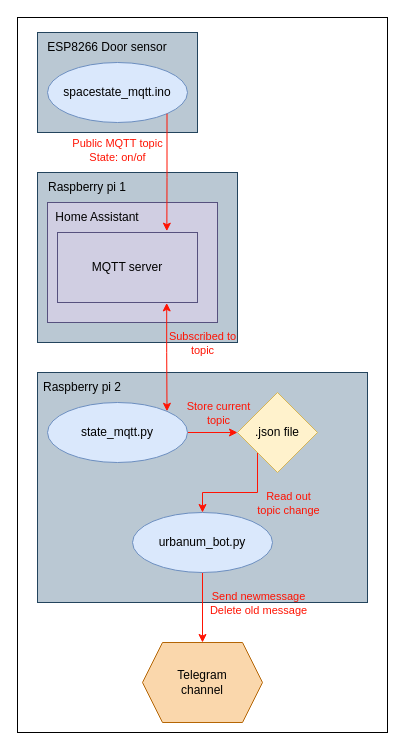
Above: 2023-10-13_Urbanum_Space-state_current.drawio in Urbanum-ry/space-state (draw.io), before the change. Source tidied: cells renumbered, new cells numbered last; positions are measured from the earlier drawing's top-left corner, leaving out a move shared by most shapes. Both pictures are drawn from the tidied source at 100%, with x=0, y=0 at pixel (17, 17).
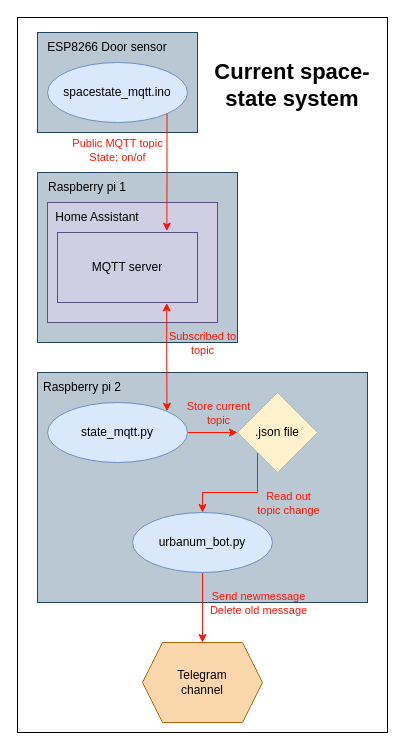
After the change.

The edit, as a diff of the source:
```diff
@@
+    <mxCell id="27" value="&lt;font style=&quot;font-size: 22px;&quot;&gt;&lt;b&gt;Current space-state system&lt;/b&gt;&lt;br&gt;&lt;/font&gt;" style="text;html=1;strokeColor=none;fillColor=none;align=center;verticalAlign=middle;whiteSpace=wrap;rounded=0;" parent="1" vertex="1">
+      <mxGeometry x="190" y="15" width="170" height="105" as="geometry" />
+    </mxCell>
```
